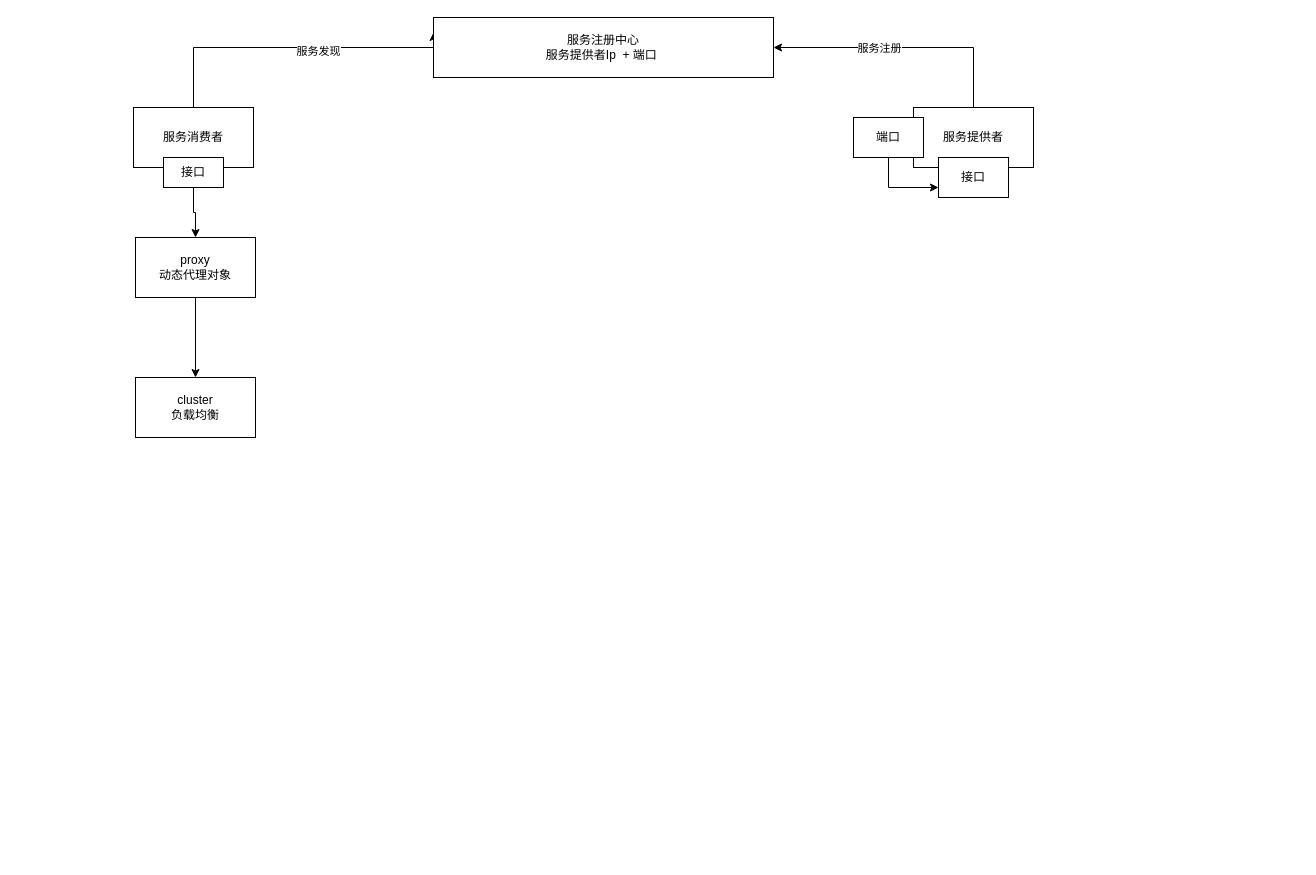
Earlier version of the draw.io diagram dubbo运行原理图.drawio (dabengxiang/diagrams). Source tidied: cells renumbered, new cells numbered last; positions are measured from the earlier drawing's top-left corner, leaving out a move shared by most shapes. Both pictures are drawn from the tidied source at 100%, with x=0, y=0 at pixel (133, 17).
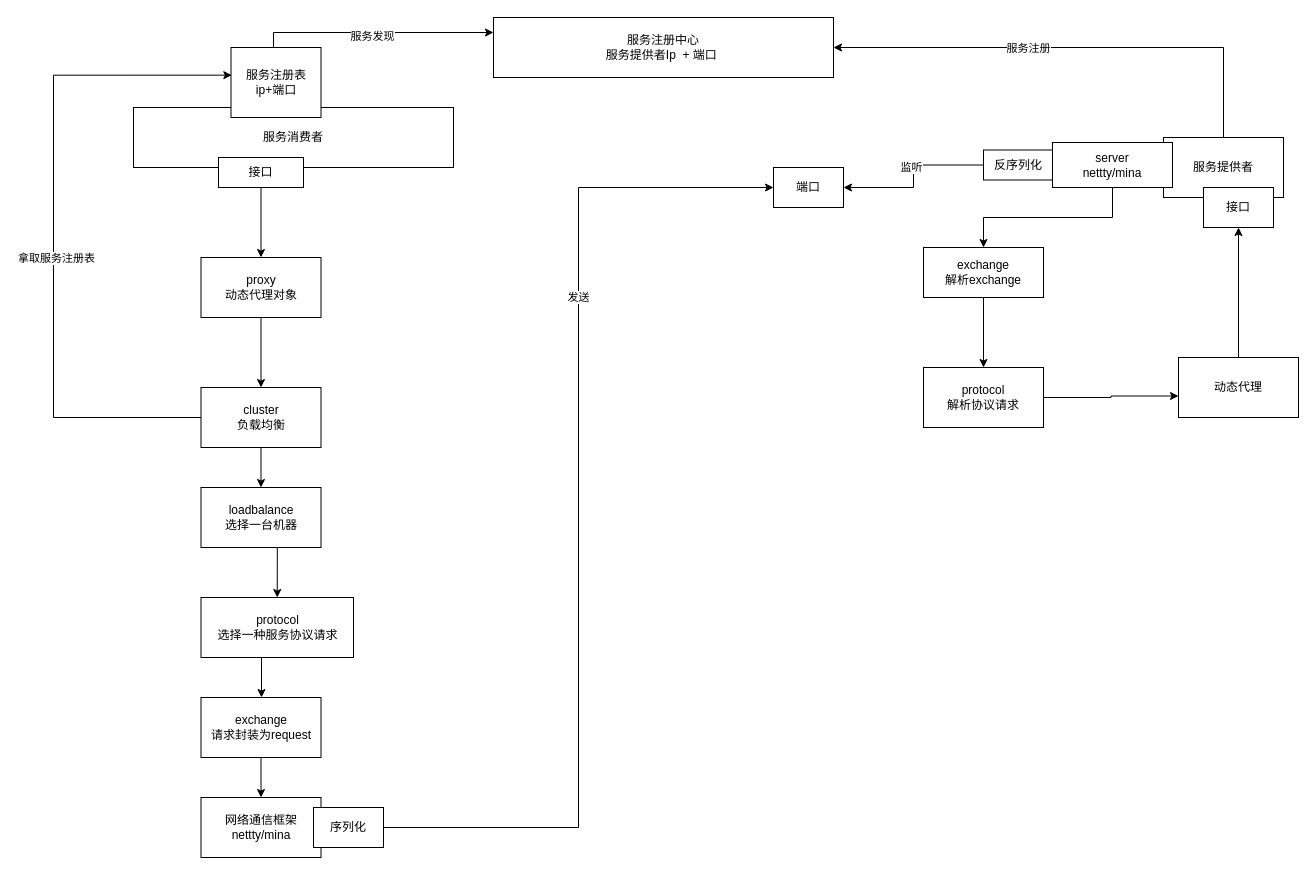
The same page after the edit.

Commit message:
更新dubbo运行原理图.drawio

The edit, as a diff of the source:
```diff
@@
     <mxCell id="2" style="edgeStyle=orthogonalEdgeStyle;rounded=0;jettySize=auto;html=1;entryX=0;entryY=0.25;entryDx=0;entryDy=0;" parent="1" edge="1" source="4" target="8">
       <mxGeometry relative="1" as="geometry">
         <Array as="points">
-          <mxPoint x="60" y="30" />
-          <mxPoint x="300" y="30" />
+          <mxPoint x="140" y="15" />
         </Array>
       </mxGeometry>
     </mxCell>
@@
     <mxCell id="4" value="服务消费者" style="rounded=0;whiteSpace=wrap;html=1;" parent="1" vertex="1">
-      <mxGeometry y="90" width="120" height="60" as="geometry" />
+      <mxGeometry y="90" width="320" height="60" as="geometry" />
     </mxCell>
@@
     <mxCell id="7" value="服务提供者" style="rounded=0;whiteSpace=wrap;html=1;" parent="1" vertex="1">
-      <mxGeometry x="780" y="90" width="120" height="60" as="geometry" />
+      <mxGeometry x="1030" y="120" width="120" height="60" as="geometry" />
     </mxCell>
     <mxCell id="8" value="服务注册中心&lt;br&gt;服务提供者Ip&amp;nbsp; +&amp;nbsp;端口&amp;nbsp;" style="rounded=0;whiteSpace=wrap;html=1;" parent="1" vertex="1">
-      <mxGeometry x="300" width="340" height="60" as="geometry" />
+      <mxGeometry x="360" width="340" height="60" as="geometry" />
     </mxCell>
@@
     <mxCell id="10" value="接口" style="rounded=0;whiteSpace=wrap;html=1;" parent="1" vertex="1">
-      <mxGeometry x="30" y="140" width="60" height="30" as="geometry" />
+      <mxGeometry x="85" y="140" width="85" height="30" as="geometry" />
     </mxCell>
-    <mxCell id="11" style="edgeStyle=orthogonalEdgeStyle;rounded=0;jettySize=auto;html=1;exitX=0.5;exitY=1;exitDx=0;exitDy=0;entryX=0;entryY=0.75;entryDx=0;entryDy=0;" parent="1" edge="1" source="12" target="13">
-      <mxGeometry relative="1" as="geometry" />
-    </mxCell>
     <mxCell id="12" value="端口" style="rounded=0;whiteSpace=wrap;html=1;" parent="1" vertex="1">
-      <mxGeometry x="720" y="100" width="70" height="40" as="geometry" />
+      <mxGeometry x="640" y="150" width="70" height="40" as="geometry" />
     </mxCell>
     <mxCell id="13" value="接口" style="rounded=0;whiteSpace=wrap;html=1;" parent="1" vertex="1">
-      <mxGeometry x="805" y="140" width="70" height="40" as="geometry" />
+      <mxGeometry x="1070" y="170" width="70" height="40" as="geometry" />
     </mxCell>
@@
     <mxCell id="15" value="proxy&lt;br&gt;动态代理对象" style="rounded=0;whiteSpace=wrap;html=1;" parent="1" vertex="1">
-      <mxGeometry x="2" y="220" width="120" height="60" as="geometry" />
+      <mxGeometry x="67.5" y="240" width="120" height="60" as="geometry" />
     </mxCell>
+    <mxCell id="17" style="edgeStyle=orthogonalEdgeStyle;rounded=0;jettySize=auto;html=1;exitX=0;exitY=0.5;exitDx=0;exitDy=0;entryX=0.009;entryY=0.395;entryDx=0;entryDy=0;entryPerimeter=0;" parent="1" edge="1" source="16" target="25">
+      <mxGeometry relative="1" as="geometry">
+        <Array as="points">
+          <mxPoint x="-80" y="400" />
+          <mxPoint x="-80" y="58" />
+        </Array>
+      </mxGeometry>
+    </mxCell>
+    <mxCell id="18" value="拿取服务注册表" style="edgeLabel;html=1;align=center;verticalAlign=middle;" parent="17" vertex="1">
+      <mxGeometry x="-0.08" y="-2" relative="1" as="geometry" />
+    </mxCell>
+    <mxCell id="19" style="edgeStyle=orthogonalEdgeStyle;rounded=0;jettySize=auto;html=1;exitX=0.5;exitY=1;exitDx=0;exitDy=0;" parent="1" edge="1" source="16" target="27">
+      <mxGeometry relative="1" as="geometry" />
+    </mxCell>
     <mxCell id="16" value="cluster&lt;br&gt;负载均衡" style="rounded=0;whiteSpace=wrap;html=1;" parent="1" vertex="1">
-      <mxGeometry x="2" y="360" width="120" height="60" as="geometry" />
+      <mxGeometry x="67.5" y="370" width="120" height="60" as="geometry" />
     </mxCell>
+    <mxCell id="20" style="edgeStyle=orthogonalEdgeStyle;rounded=0;jettySize=auto;html=1;exitX=0.5;exitY=1;exitDx=0;exitDy=0;" parent="1" edge="1" source="21" target="23">
+      <mxGeometry relative="1" as="geometry">
+        <Array as="points">
+          <mxPoint x="128" y="640" />
+        </Array>
+      </mxGeometry>
+    </mxCell>
+    <mxCell id="21" value="protocol&lt;br&gt;选择一种服务协议请求" style="rounded=0;whiteSpace=wrap;html=1;" parent="1" vertex="1">
+      <mxGeometry x="67.5" y="580" width="152.5" height="60" as="geometry" />
+    </mxCell>
+    <mxCell id="22" style="edgeStyle=orthogonalEdgeStyle;rounded=0;jettySize=auto;html=1;exitX=0.5;exitY=1;exitDx=0;exitDy=0;" parent="1" edge="1" source="23" target="24">
+      <mxGeometry relative="1" as="geometry" />
+    </mxCell>
+    <mxCell id="23" value="exchange&lt;br&gt;请求封装为request" style="rounded=0;whiteSpace=wrap;html=1;" parent="1" vertex="1">
+      <mxGeometry x="67.5" y="680" width="120" height="60" as="geometry" />
+    </mxCell>
+    <mxCell id="24" value="网络通信框架&lt;br&gt;nettty/mina" style="rounded=0;whiteSpace=wrap;html=1;" parent="1" vertex="1">
+      <mxGeometry x="67.5" y="780" width="120" height="60" as="geometry" />
+    </mxCell>
+    <mxCell id="25" value="服务注册表&lt;br&gt;ip+端口" style="rounded=0;whiteSpace=wrap;html=1;" parent="1" vertex="1">
+      <mxGeometry x="97.5" y="30" width="90" height="70" as="geometry" />
+    </mxCell>
+    <mxCell id="26" style="edgeStyle=orthogonalEdgeStyle;rounded=0;jettySize=auto;html=1;exitX=0.5;exitY=1;exitDx=0;exitDy=0;entryX=0.5;entryY=0;entryDx=0;entryDy=0;" parent="1" edge="1" source="27" target="21">
+      <mxGeometry relative="1" as="geometry">
+        <Array as="points">
+          <mxPoint x="144" y="530" />
+        </Array>
+      </mxGeometry>
+    </mxCell>
+    <mxCell id="27" value="loadbalance&lt;br&gt;选择一台机器" style="rounded=0;whiteSpace=wrap;html=1;" parent="1" vertex="1">
+      <mxGeometry x="67.5" y="470" width="120" height="60" as="geometry" />
+    </mxCell>
+    <mxCell id="28" style="edgeStyle=orthogonalEdgeStyle;rounded=0;jettySize=auto;html=1;exitX=1;exitY=0.5;exitDx=0;exitDy=0;entryX=0;entryY=0.5;entryDx=0;entryDy=0;" parent="1" edge="1" source="30" target="12">
+      <mxGeometry relative="1" as="geometry" />
+    </mxCell>
+    <mxCell id="29" value="发送" style="edgeLabel;html=1;align=center;verticalAlign=middle;" parent="28" vertex="1">
+      <mxGeometry x="0.41" y="1" relative="1" as="geometry" />
+    </mxCell>
+    <mxCell id="30" value="序列化" style="rounded=0;whiteSpace=wrap;html=1;" parent="1" vertex="1">
+      <mxGeometry x="180" y="790" width="70" height="40" as="geometry" />
+    </mxCell>
+    <mxCell id="31" style="edgeStyle=orthogonalEdgeStyle;rounded=0;jettySize=auto;html=1;exitX=0;exitY=0.5;exitDx=0;exitDy=0;entryX=1;entryY=0.5;entryDx=0;entryDy=0;" parent="1" edge="1" source="33" target="12">
+      <mxGeometry relative="1" as="geometry" />
+    </mxCell>
+    <mxCell id="32" value="监听" style="edgeLabel;html=1;align=center;verticalAlign=middle;" parent="31" vertex="1">
+      <mxGeometry x="-0.12" y="-3" relative="1" as="geometry" />
+    </mxCell>
+    <mxCell id="33" value="反序列化" style="rounded=0;whiteSpace=wrap;html=1;" parent="1" vertex="1">
+      <mxGeometry x="850" y="132.5" width="70" height="30" as="geometry" />
+    </mxCell>
+    <mxCell id="34" style="edgeStyle=orthogonalEdgeStyle;rounded=0;jettySize=auto;html=1;exitX=0.5;exitY=1;exitDx=0;exitDy=0;" parent="1" edge="1" source="35" target="37">
+      <mxGeometry relative="1" as="geometry" />
+    </mxCell>
+    <mxCell id="35" value="server&lt;br&gt;&lt;span&gt;nettty/mina&lt;/span&gt;" style="rounded=0;whiteSpace=wrap;html=1;" parent="1" vertex="1">
+      <mxGeometry x="919" y="125" width="120" height="45" as="geometry" />
+    </mxCell>
+    <mxCell id="36" style="edgeStyle=orthogonalEdgeStyle;rounded=0;jettySize=auto;html=1;exitX=0.5;exitY=1;exitDx=0;exitDy=0;" parent="1" edge="1" source="37" target="39">
+      <mxGeometry relative="1" as="geometry" />
+    </mxCell>
+    <mxCell id="37" value="exchange&lt;br&gt;解析exchange" style="rounded=0;whiteSpace=wrap;html=1;" parent="1" vertex="1">
+      <mxGeometry x="790" y="230" width="120" height="50" as="geometry" />
+    </mxCell>
+    <mxCell id="38" style="edgeStyle=orthogonalEdgeStyle;rounded=0;jettySize=auto;html=1;entryX=0;entryY=0.642;entryDx=0;entryDy=0;entryPerimeter=0;" parent="1" edge="1" source="39" target="41">
+      <mxGeometry relative="1" as="geometry" />
+    </mxCell>
+    <mxCell id="39" value="&lt;span&gt;protocol&lt;/span&gt;&lt;br&gt;&lt;span&gt;解析协议请求&lt;/span&gt;" style="rounded=0;whiteSpace=wrap;html=1;" parent="1" vertex="1">
+      <mxGeometry x="790" y="350" width="120" height="60" as="geometry" />
+    </mxCell>
+    <mxCell id="40" style="edgeStyle=orthogonalEdgeStyle;rounded=0;jettySize=auto;html=1;exitX=0.5;exitY=0;exitDx=0;exitDy=0;entryX=0.5;entryY=1;entryDx=0;entryDy=0;" parent="1" edge="1" source="41" target="13">
+      <mxGeometry relative="1" as="geometry" />
+    </mxCell>
+    <mxCell id="41" value="动态代理" style="rounded=0;whiteSpace=wrap;html=1;" parent="1" vertex="1">
+      <mxGeometry x="1045" y="340" width="120" height="60" as="geometry" />
+    </mxCell>
```
